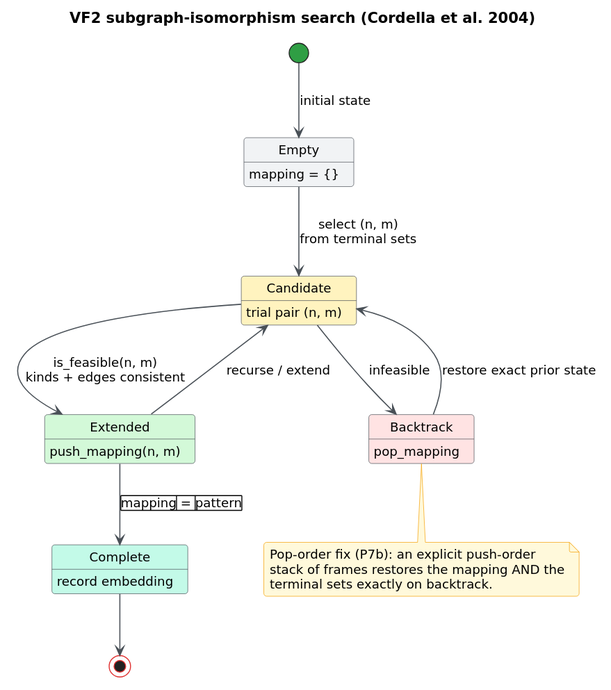
This is docs/diagrams/vf2-state-machine.svg from vinary-tree/libcpg, a PlantUML export, as it was before one commit. Its source is kept beside it as docs/diagrams/vf2-state-machine.puml.
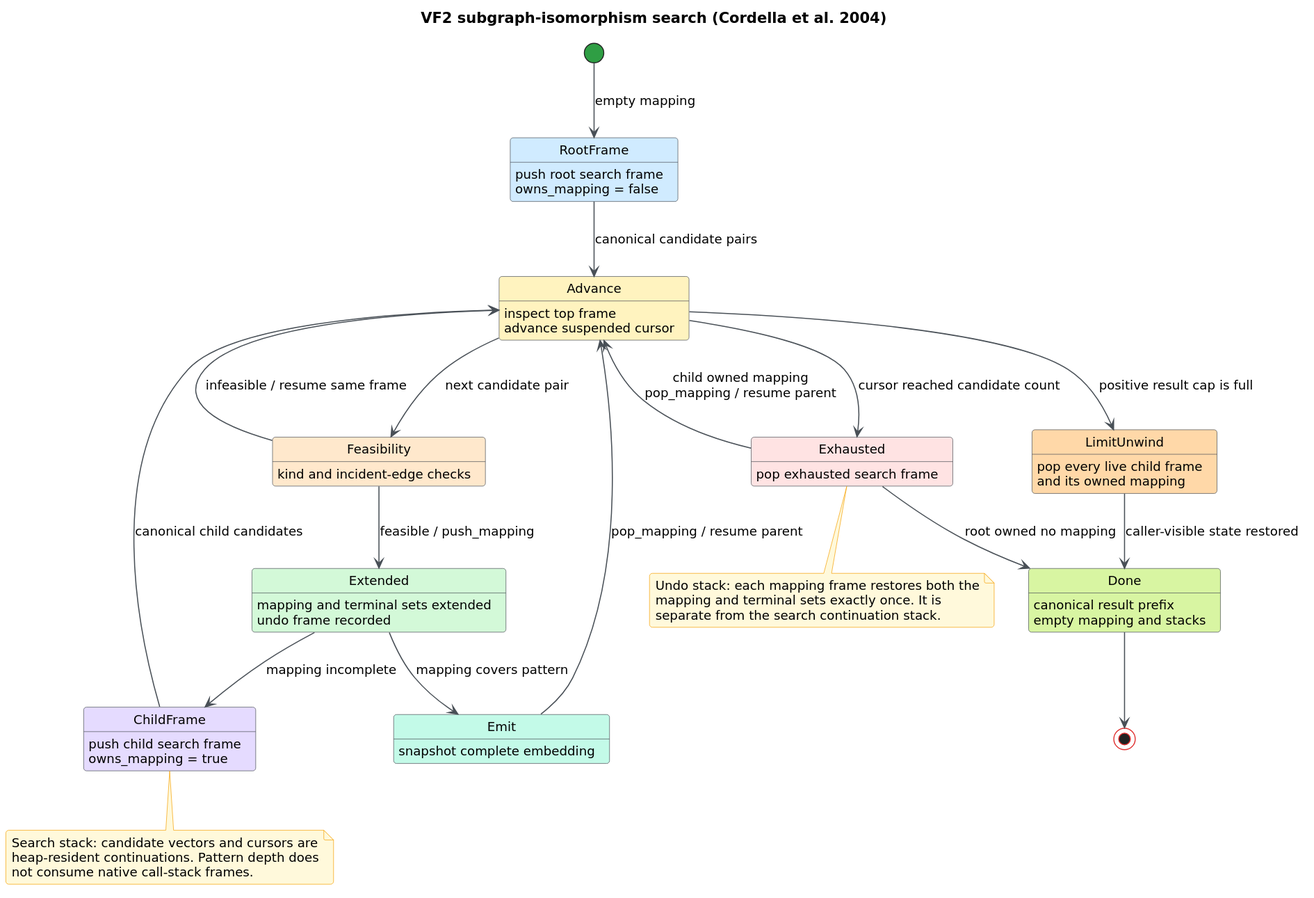
The same diagram one commit later.

The edit, as a diff of the source:
```diff
@@ -1,22 +1,48 @@
 @startuml
 !include _libcpg-theme.iuml
 title VF2 subgraph-isomorphism search (Cordella et al. 2004)
-[*] --> Empty : initial state
-state Empty #F1F3F5 : mapping = {}
-Empty --> Candidate : select (n, m)\nfrom terminal sets
-state Candidate #FFF3BF : trial pair (n, m)
-Candidate --> Extended : is_feasible(n, m)\nkinds + edges consistent
-Candidate --> Backtrack : infeasible
-state Extended #D3F9D8 : push_mapping(n, m)
-Extended --> Complete : |mapping| = |pattern|
-Extended --> Candidate : recurse / extend
-state Backtrack #FFE3E3 : pop_mapping
-Backtrack --> Candidate : restore exact prior state
-state Complete #C3FAE8 : record embedding
-Complete --> [*]
-note bottom of Backtrack
-  Pop-order fix (P7b): an explicit push-order
-  stack of frames restores the mapping AND the
-  terminal sets exactly on backtrack.
+[*] --> RootFrame : empty mapping
+state RootFrame #D0EBFF : push root search frame\nowns_mapping = false
+RootFrame --> Advance : canonical candidate pairs
+
+state Advance #FFF3BF : inspect top frame\nadvance suspended cursor
+Advance --> LimitUnwind : positive result cap is full
+Advance --> Exhausted : cursor reached candidate count
+Advance --> Feasibility : next candidate pair
+
+state Feasibility #FFE8CC : kind and incident-edge checks
+Feasibility --> Advance : infeasible / resume same frame
+Feasibility --> Extended : feasible / push_mapping
+
+state Extended #D3F9D8 : mapping and terminal sets extended\nundo frame recorded
+Extended --> Emit : mapping covers pattern
+Extended --> ChildFrame : mapping incomplete
+
+state ChildFrame #E5DBFF : push child search frame\nowns_mapping = true
+ChildFrame --> Advance : canonical child candidates
+
+state Emit #C3FAE8 : snapshot complete embedding
+Emit --> Advance : pop_mapping / resume parent
+
+state Exhausted #FFE3E3 : pop exhausted search frame
+Exhausted --> Advance : child owned mapping\npop_mapping / resume parent
+Exhausted --> Done : root owned no mapping
+
+state LimitUnwind #FFD8A8 : pop every live child frame\nand its owned mapping
+LimitUnwind --> Done : caller-visible state restored
+
+state Done #D8F5A2 : canonical result prefix\nempty mapping and stacks
+Done --> [*]
+
+note bottom of ChildFrame
+  Search stack: candidate vectors and cursors are
+  heap-resident continuations. Pattern depth does
+  not consume native call-stack frames.
+end note
+
+note bottom of Exhausted
+  Undo stack: each mapping frame restores both the
+  mapping and terminal sets exactly once. It is
+  separate from the search continuation stack.
 end note
 @enduml
```
